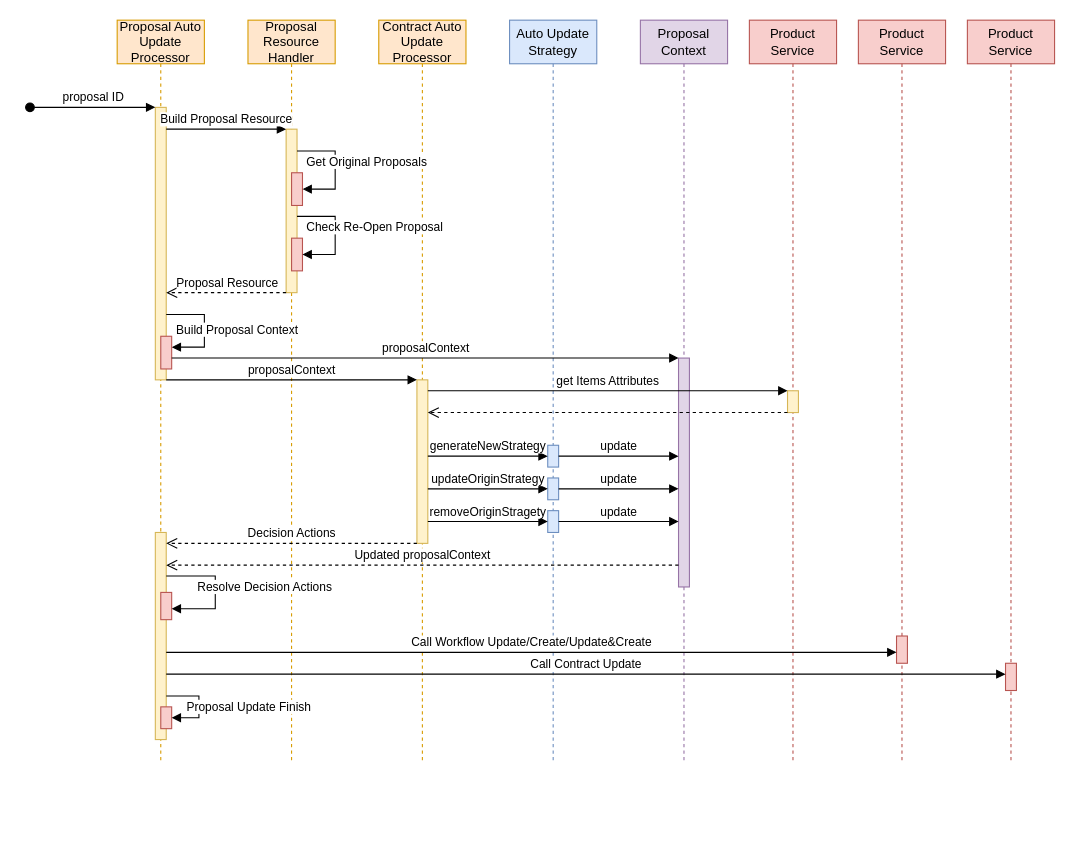
dajin-kingland/UMLdiagrams keeps this draw.io diagram as Proposal Update Entry Sequence Diagram.drawio. Above is the earlier version. Source tidied: cells renumbered, new cells numbered last; positions are measured from the earlier drawing's top-left corner, leaving out a move shared by most shapes. Both pictures are drawn from the tidied source at 109%, with x=0, y=0 at pixel (29, 20).
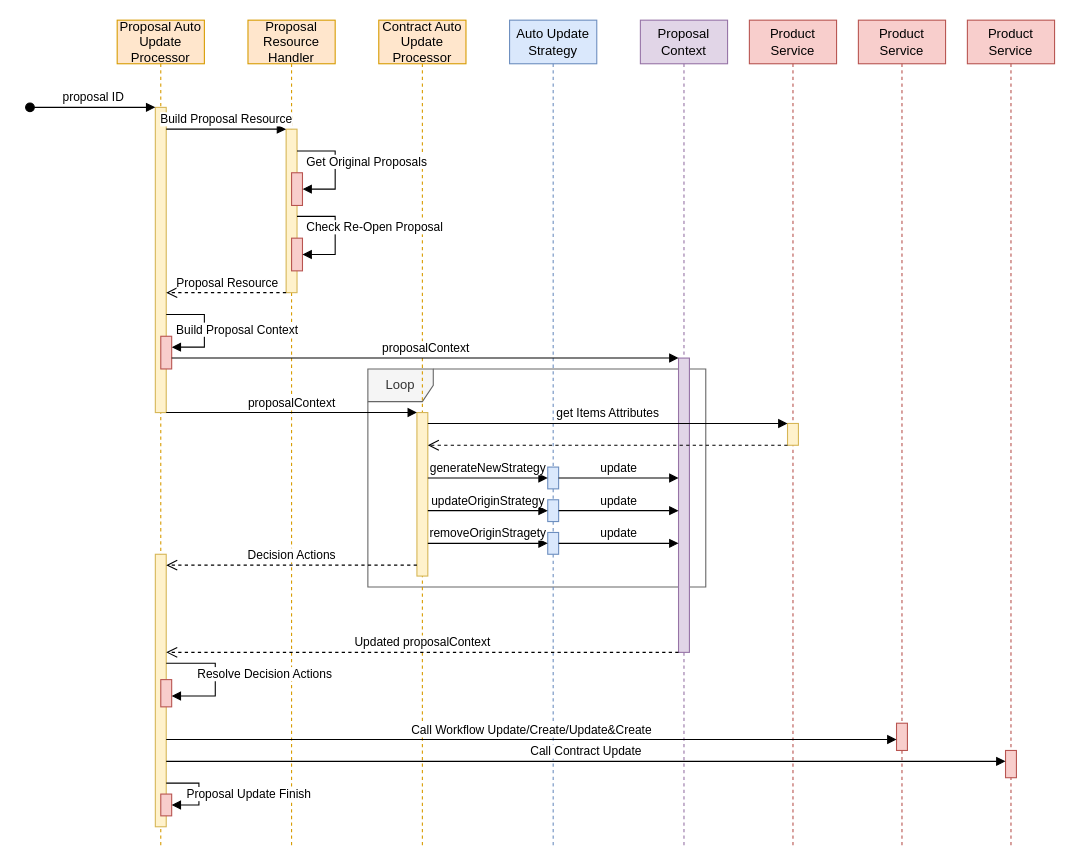
The same diagram, later.

Change to the diagram source:
```diff
@@
+    <mxCell id="49" value="Loop" style="shape=umlFrame;whiteSpace=wrap;html=1;fillColor=#f5f5f5;strokeColor=#666666;fontColor=#333333;strokeWidth=1;" parent="1" vertex="1">
+      <mxGeometry x="310" y="320" width="310" height="200" as="geometry" />
+    </mxCell>
     <mxCell id="2" value="&lt;font style=&quot;font-size: 12px&quot;&gt;Proposal Auto Update Processor&lt;/font&gt;" style="shape=umlLifeline;perimeter=lifelinePerimeter;whiteSpace=wrap;html=1;fillColor=#ffe6cc;strokeColor=#d79b00;" parent="1" vertex="1">
-      <mxGeometry x="80" width="80" height="680" as="geometry" />
+      <mxGeometry x="80" width="80" height="760" as="geometry" />
     </mxCell>
     <mxCell id="3" style="html=1;points=[];perimeter=orthogonalPerimeter;fillColor=#fff2cc;strokeColor=#d6b656;" parent="2" vertex="1">
-      <mxGeometry x="35" y="80" width="10" height="250" as="geometry" />
+      <mxGeometry x="35" y="80" width="10" height="280" as="geometry" />
     </mxCell>
@@
     <mxCell id="5" style="html=1;points=[];perimeter=orthogonalPerimeter;fillColor=#fff2cc;strokeColor=#d6b656;" parent="2" vertex="1">
-      <mxGeometry x="35" y="470" width="10" height="190" as="geometry" />
+      <mxGeometry x="35" y="490" width="10" height="250" as="geometry" />
     </mxCell>
     <mxCell id="6" value="&lt;font style=&quot;font-size: 12px&quot;&gt;Proposal &lt;br&gt;Resource Handler&lt;/font&gt;" style="shape=umlLifeline;perimeter=lifelinePerimeter;whiteSpace=wrap;html=1;fillColor=#ffe6cc;strokeColor=#d79b00;" parent="1" vertex="1">
-      <mxGeometry x="200" width="80" height="680" as="geometry" />
+      <mxGeometry x="200" width="80" height="760" as="geometry" />
     </mxCell>
@@
     <mxCell id="9" value="&lt;font style=&quot;font-size: 12px&quot;&gt;Product Service&lt;/font&gt;" style="shape=umlLifeline;perimeter=lifelinePerimeter;whiteSpace=wrap;html=1;fillColor=#f8cecc;strokeColor=#b85450;" parent="1" vertex="1">
-      <mxGeometry x="660" width="80" height="680" as="geometry" />
+      <mxGeometry x="660" width="80" height="760" as="geometry" />
     </mxCell>
     <mxCell id="10" style="html=1;points=[];perimeter=orthogonalPerimeter;fillColor=#fff2cc;strokeColor=#d6b656;" parent="9" vertex="1">
-      <mxGeometry x="35" y="340" width="10" height="20" as="geometry" />
+      <mxGeometry x="35" y="370" width="10" height="20" as="geometry" />
     </mxCell>
@@
     <mxCell id="14" value="&lt;font style=&quot;font-size: 12px&quot;&gt;Contract Auto Update Processor&lt;/font&gt;" style="shape=umlLifeline;perimeter=lifelinePerimeter;whiteSpace=wrap;html=1;fillColor=#ffe6cc;strokeColor=#d79b00;" parent="1" vertex="1">
-      <mxGeometry x="320" width="80" height="680" as="geometry" />
+      <mxGeometry x="320" width="80" height="760" as="geometry" />
     </mxCell>
     <mxCell id="15" style="html=1;points=[];perimeter=orthogonalPerimeter;fillColor=#fff2cc;strokeColor=#d6b656;" parent="14" vertex="1">
-      <mxGeometry x="35" y="330" width="10" height="150" as="geometry" />
+      <mxGeometry x="35" y="360" width="10" height="150" as="geometry" />
     </mxCell>
     <mxCell id="16" value="Auto Update Strategy" style="shape=umlLifeline;perimeter=lifelinePerimeter;whiteSpace=wrap;html=1;fillColor=#dae8fc;strokeColor=#6c8ebf;" parent="1" vertex="1">
-      <mxGeometry x="440" width="80" height="680" as="geometry" />
+      <mxGeometry x="440" width="80" height="760" as="geometry" />
     </mxCell>
     <mxCell id="17" style="html=1;points=[];perimeter=orthogonalPerimeter;fillColor=#dae8fc;strokeColor=#6c8ebf;" parent="16" vertex="1">
-      <mxGeometry x="35" y="390" width="10" height="20" as="geometry" />
+      <mxGeometry x="35" y="410" width="10" height="20" as="geometry" />
     </mxCell>
@@
     <mxCell id="22" value="proposalContext" style="html=1;verticalAlign=bottom;endArrow=block;" parent="1" edge="1" source="3" target="15">
       <mxGeometry relative="1" as="geometry">
         <Array as="points">
-          <mxPoint x="310" y="330" />
+          <mxPoint x="310" y="360" />
         </Array>
       </mxGeometry>
     </mxCell>
@@
     <mxCell id="24" value="Decision Actions" style="html=1;verticalAlign=bottom;endArrow=open;dashed=1;endSize=8;" parent="1" edge="1" source="15" target="5">
       <mxGeometry relative="1" as="geometry">
         <Array as="points">
-          <mxPoint x="270" y="480" />
+          <mxPoint x="280" y="500" />
         </Array>
       </mxGeometry>
     </mxCell>
     <mxCell id="25" value="Proposal&lt;br&gt;Context" style="shape=umlLifeline;perimeter=lifelinePerimeter;whiteSpace=wrap;html=1;fillColor=#e1d5e7;strokeColor=#9673a6;" parent="1" vertex="1">
-      <mxGeometry x="560" width="80" height="680" as="geometry" />
+      <mxGeometry x="560" width="80" height="760" as="geometry" />
     </mxCell>
     <mxCell id="26" style="html=1;points=[];perimeter=orthogonalPerimeter;fillColor=#e1d5e7;strokeColor=#9673a6;" parent="25" vertex="1">
-      <mxGeometry x="35" y="310" width="10" height="210" as="geometry" />
+      <mxGeometry x="35" y="310" width="10" height="270" as="geometry" />
     </mxCell>
@@
     <mxCell id="29" style="html=1;points=[];perimeter=orthogonalPerimeter;fillColor=#dae8fc;strokeColor=#6c8ebf;" parent="1" vertex="1">
-      <mxGeometry x="475" y="420" width="10" height="20" as="geometry" />
+      <mxGeometry x="475" y="440" width="10" height="20" as="geometry" />
     </mxCell>
@@
     <mxCell id="31" style="html=1;points=[];perimeter=orthogonalPerimeter;fillColor=#dae8fc;strokeColor=#6c8ebf;" parent="1" vertex="1">
-      <mxGeometry x="475" y="450" width="10" height="20" as="geometry" />
+      <mxGeometry x="475" y="470" width="10" height="20" as="geometry" />
     </mxCell>
@@
     <mxCell id="33" value="generateNewStrategy" style="html=1;verticalAlign=bottom;endArrow=block;" parent="1" edge="1" source="15" target="17">
       <mxGeometry relative="1" as="geometry">
         <Array as="points">
-          <mxPoint x="410" y="400" />
+          <mxPoint x="410" y="420" />
         </Array>
       </mxGeometry>
     </mxCell>
     <mxCell id="34" value="updateOriginStrategy" style="html=1;verticalAlign=bottom;endArrow=block;" parent="1" edge="1" source="15" target="29">
       <mxGeometry relative="1" as="geometry">
         <Array as="points">
-          <mxPoint x="410" y="430" />
+          <mxPoint x="410" y="450" />
         </Array>
       </mxGeometry>
     </mxCell>
     <mxCell id="35" value="removeOriginStragety" style="html=1;verticalAlign=bottom;endArrow=block;" parent="1" edge="1" source="15" target="31">
       <mxGeometry relative="1" as="geometry">
         <Array as="points">
-          <mxPoint x="410" y="460" />
+          <mxPoint x="400" y="480" />
         </Array>
       </mxGeometry>
     </mxCell>
-    <mxCell id="36" value="Updated proposalContext" style="html=1;verticalAlign=bottom;endArrow=open;dashed=1;endSize=8;" parent="1" edge="1" source="26" target="5">
+    <mxCell id="36" value="Updated proposalContext" style="html=1;verticalAlign=bottom;endArrow=open;dashed=1;endSize=8;" parent="1" edge="1" target="5">
       <mxGeometry relative="1" as="geometry">
+        <mxPoint x="595" y="580" as="sourcePoint" />
         <Array as="points">
-          <mxPoint x="400" y="500" />
+          <mxPoint x="400" y="580" />
         </Array>
       </mxGeometry>
     </mxCell>
     <mxCell id="37" value="get Items Attributes" style="html=1;verticalAlign=bottom;endArrow=block;" parent="1" edge="1" source="15" target="10">
       <mxGeometry relative="1" as="geometry">
         <Array as="points">
-          <mxPoint x="650" y="340" />
+          <mxPoint x="650" y="370" />
         </Array>
       </mxGeometry>
     </mxCell>
     <mxCell id="38" style="html=1;verticalAlign=bottom;endArrow=open;dashed=1;endSize=8;" parent="1" edge="1" source="10" target="15">
       <mxGeometry relative="1" as="geometry">
         <Array as="points">
-          <mxPoint x="510" y="360" />
+          <mxPoint x="510" y="390" />
         </Array>
       </mxGeometry>
     </mxCell>
     <mxCell id="39" value="&lt;font style=&quot;font-size: 12px&quot;&gt;Product Service&lt;/font&gt;" style="shape=umlLifeline;perimeter=lifelinePerimeter;whiteSpace=wrap;html=1;fillColor=#f8cecc;strokeColor=#b85450;" parent="1" vertex="1">
-      <mxGeometry x="760" width="80" height="680" as="geometry" />
+      <mxGeometry x="760" width="80" height="760" as="geometry" />
     </mxCell>
     <mxCell id="40" style="html=1;points=[];perimeter=orthogonalPerimeter;fillColor=#f8cecc;strokeColor=#b85450;" parent="39" vertex="1">
-      <mxGeometry x="35" y="565" width="10" height="25" as="geometry" />
+      <mxGeometry x="35" y="645" width="10" height="25" as="geometry" />
     </mxCell>
     <mxCell id="41" value="&lt;font style=&quot;font-size: 12px&quot;&gt;Product Service&lt;/font&gt;" style="shape=umlLifeline;perimeter=lifelinePerimeter;whiteSpace=wrap;html=1;fillColor=#f8cecc;strokeColor=#b85450;" parent="1" vertex="1">
-      <mxGeometry x="860" width="80" height="680" as="geometry" />
+      <mxGeometry x="860" width="80" height="760" as="geometry" />
     </mxCell>
     <mxCell id="42" style="html=1;points=[];perimeter=orthogonalPerimeter;fillColor=#f8cecc;strokeColor=#b85450;" parent="1" vertex="1">
-      <mxGeometry x="120" y="525" width="10" height="25" as="geometry" />
+      <mxGeometry x="120" y="605" width="10" height="25" as="geometry" />
     </mxCell>
     <mxCell id="43" value="Resolve Decision Actions" style="edgeStyle=orthogonalEdgeStyle;html=1;align=left;spacingLeft=2;endArrow=block;rounded=0;" parent="1" edge="1" source="5" target="42">
       <mxGeometry x="-0.57" y="-10" relative="1" as="geometry">
         <Array as="points">
-          <mxPoint x="170" y="510" />
-          <mxPoint x="170" y="540" />
+          <mxPoint x="170" y="590" />
+          <mxPoint x="170" y="620" />
         </Array>
       </mxGeometry>
     </mxCell>
     <mxCell id="44" value="Call Workflow Update/Create/Update&amp;amp;Create" style="html=1;verticalAlign=bottom;endArrow=block;" parent="1" edge="1" source="5" target="40">
       <mxGeometry relative="1" as="geometry">
         <Array as="points">
-          <mxPoint x="440" y="580" />
+          <mxPoint x="440" y="660" />
         </Array>
       </mxGeometry>
     </mxCell>
     <mxCell id="45" style="html=1;points=[];perimeter=orthogonalPerimeter;fillColor=#f8cecc;strokeColor=#b85450;" parent="1" vertex="1">
-      <mxGeometry x="895" y="590" width="10" height="25" as="geometry" />
+      <mxGeometry x="895" y="670" width="10" height="25" as="geometry" />
     </mxCell>
     <mxCell id="46" value="Call Contract Update" style="html=1;verticalAlign=bottom;endArrow=block;" parent="1" edge="1" source="5" target="45">
       <mxGeometry relative="1" as="geometry">
         <Array as="points">
-          <mxPoint x="455" y="600" />
+          <mxPoint x="455" y="680" />
         </Array>
       </mxGeometry>
     </mxCell>
     <mxCell id="47" style="html=1;points=[];perimeter=orthogonalPerimeter;fillColor=#f8cecc;strokeColor=#b85450;" parent="1" vertex="1">
-      <mxGeometry x="120" y="630" width="10" height="20" as="geometry" />
+      <mxGeometry x="120" y="710" width="10" height="20" as="geometry" />
     </mxCell>
     <mxCell id="48" value="Proposal Update Finish" style="edgeStyle=orthogonalEdgeStyle;html=1;align=left;spacingLeft=2;endArrow=block;rounded=0;" parent="1" edge="1" source="5" target="47">
       <mxGeometry x="0.73" y="-10" relative="1" as="geometry">
         <Array as="points">
-          <mxPoint x="155" y="620" />
-          <mxPoint x="155" y="640" />
+          <mxPoint x="155" y="700" />
+          <mxPoint x="155" y="720" />
         </Array>
       </mxGeometry>
     </mxCell>
```
